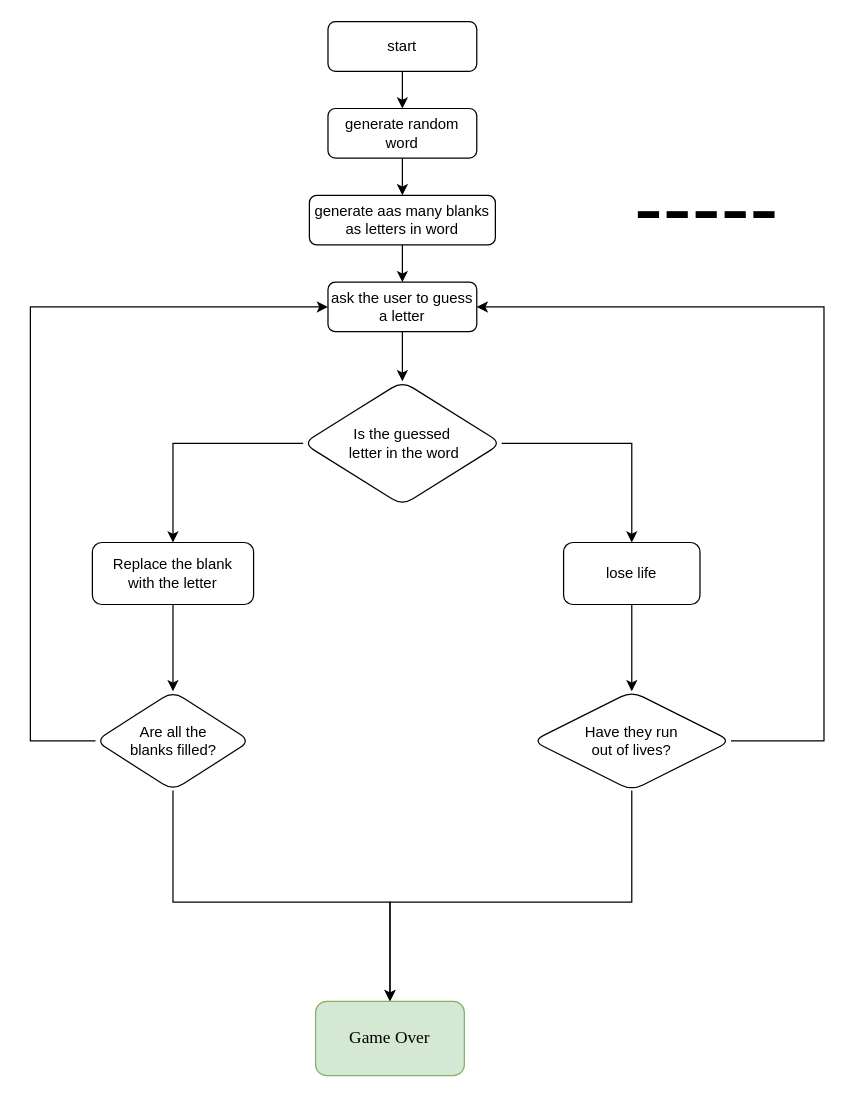
This is flowChart/hangman_angela.drawio from wer340/ascii-art, a draw.io file, before an edit. Source tidied: cells renumbered, new cells numbered last; positions are measured from the earlier drawing's top-left corner, leaving out a move shared by most shapes. Both pictures are drawn from the tidied source at 124%, with x=0, y=0 at pixel (30, 21).
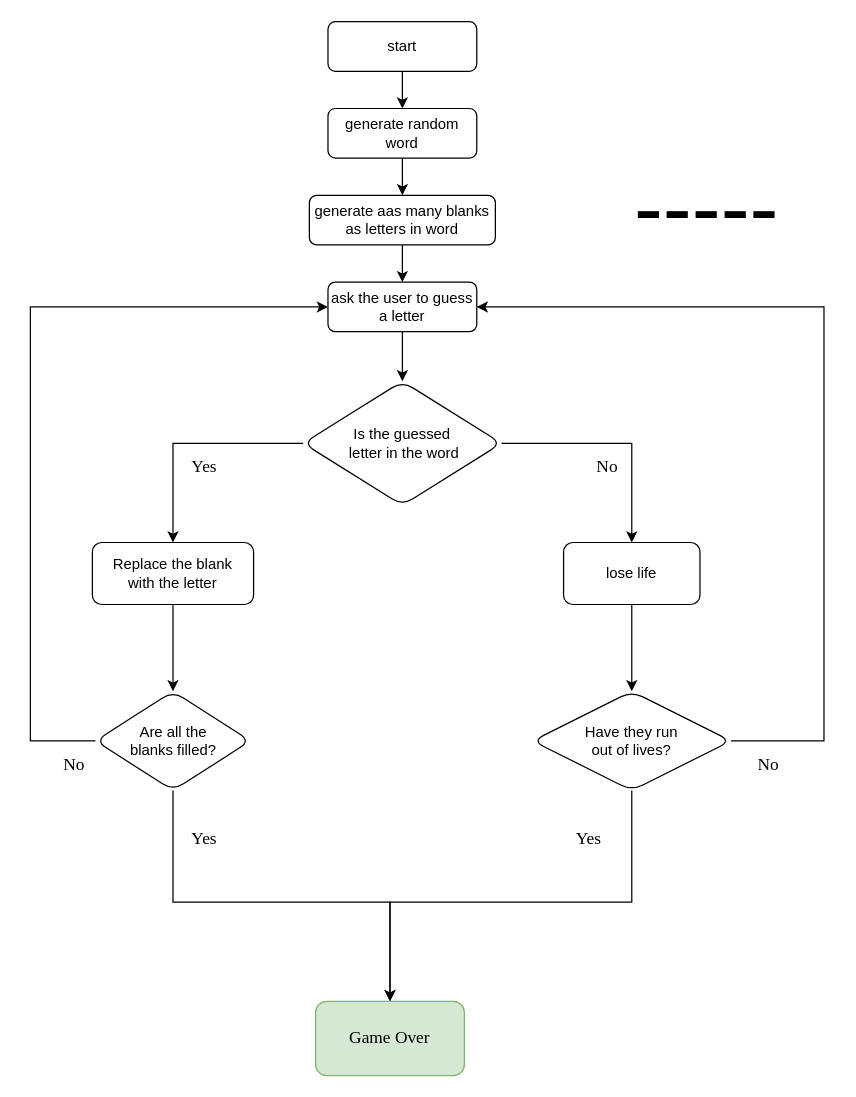
The same page after the edit.

What changed in the source:
```diff
@@
+    <mxCell id="25" value="Yes" style="text;html=1;align=center;verticalAlign=middle;strokeColor=none;fillColor=none;fontSize=14;fontFamily=Times New Roman;" parent="1" vertex="1">
+      <mxGeometry x="120" y="350" width="40" height="20" as="geometry" />
+    </mxCell>
+    <mxCell id="26" value="No" style="text;html=1;align=center;verticalAlign=middle;strokeColor=none;fillColor=none;fontSize=14;fontFamily=Times New Roman;" parent="1" vertex="1">
+      <mxGeometry x="450" y="350" width="30" height="20" as="geometry" />
+    </mxCell>
+    <mxCell id="27" value="Yes" style="text;html=1;align=center;verticalAlign=middle;strokeColor=none;fillColor=none;fontSize=14;fontFamily=Times New Roman;" parent="1" vertex="1">
+      <mxGeometry x="120" y="650" width="40" height="20" as="geometry" />
+    </mxCell>
+    <mxCell id="28" value="No" style="text;html=1;align=center;verticalAlign=middle;strokeColor=none;fillColor=none;fontSize=14;fontFamily=Times New Roman;" parent="1" vertex="1">
+      <mxGeometry x="580" y="590" width="30" height="20" as="geometry" />
+    </mxCell>
+    <mxCell id="29" value="No" style="text;html=1;align=center;verticalAlign=middle;strokeColor=none;fillColor=none;fontSize=14;fontFamily=Times New Roman;" parent="1" vertex="1">
+      <mxGeometry x="20" y="590" width="30" height="20" as="geometry" />
+    </mxCell>
+    <mxCell id="30" value="Yes" style="text;html=1;align=center;verticalAlign=middle;strokeColor=none;fillColor=none;fontSize=14;fontFamily=Times New Roman;" parent="1" vertex="1">
+      <mxGeometry x="430" y="650" width="40" height="20" as="geometry" />
+    </mxCell>
```
